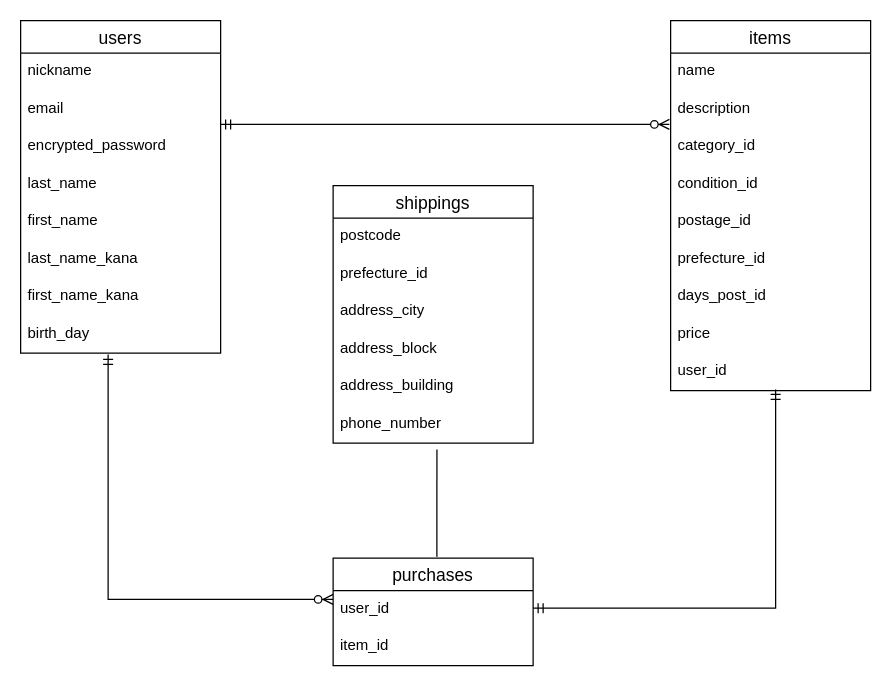
Before: page "ページ1" (1 of 2) of er.dio in Asami119/furima-37158, a draw.io diagram. Source tidied: cells renumbered, new cells numbered last; positions are measured from the earlier drawing's top-left corner, leaving out a move shared by most shapes. Both pictures are drawn from the tidied source at 125%, with x=0, y=0 at pixel (20, 20).
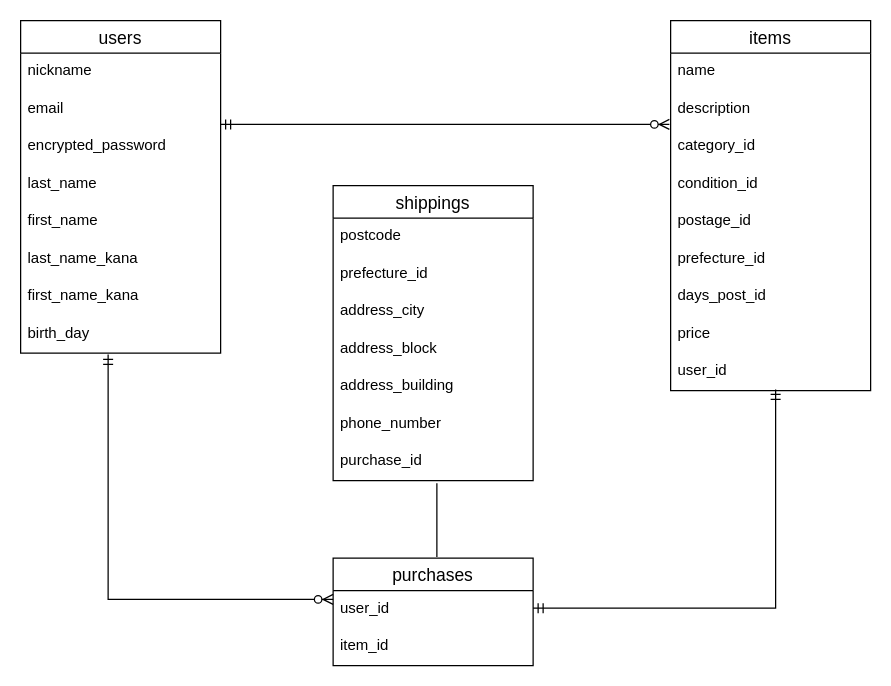
After the change.

Commit message (it also covers changes not shown here):
DB設計（修正1点）

Unchanged cells that the change refers to:
```xml
<mxCell id="27" value="phone_number" style="text;strokeColor=none;fillColor=none;spacingLeft=4;spacingRight=4;overflow=hidden;points=[[0,0.5],[1,0.5]];portConstraint=eastwest;fontSize=12;" parent="21" vertex="1">
  <mxGeometry y="176" width="160" height="30" as="geometry" />
</mxCell>
```

The edit, as a diff of the source:
```diff
@@
     <mxCell id="21" value="shippings" style="swimlane;fontStyle=0;horizontal=1;startSize=26;align=center;fontSize=14;" parent="1" vertex="1">
-      <mxGeometry x="250" y="132" width="160" height="206" as="geometry" />
+      <mxGeometry x="250" y="132" width="160" height="236" as="geometry" />
     </mxCell>
@@
+    <mxCell id="35" value="purchase_id" style="text;strokeColor=none;fillColor=none;spacingLeft=4;spacingRight=4;overflow=hidden;fontSize=12;" parent="21" vertex="1">
+      <mxGeometry y="206" width="160" height="30" as="geometry" />
+    </mxCell>
@@
-    <mxCell id="34" style="endArrow=none;html=1;rounded=0;exitX=0.519;exitY=1.167;exitDx=0;exitDy=0;exitPerimeter=0;" parent="1" edge="1" source="27">
+    <mxCell id="34" style="endArrow=none;html=1;rounded=0;" parent="1" edge="1">
       <mxGeometry relative="1" as="geometry">
+        <mxPoint x="333" y="370" as="sourcePoint" />
         <mxPoint x="333" y="429" as="targetPoint" />
         <Array as="points">
           <mxPoint x="333" y="429" />
         </Array>
       </mxGeometry>
     </mxCell>
```
